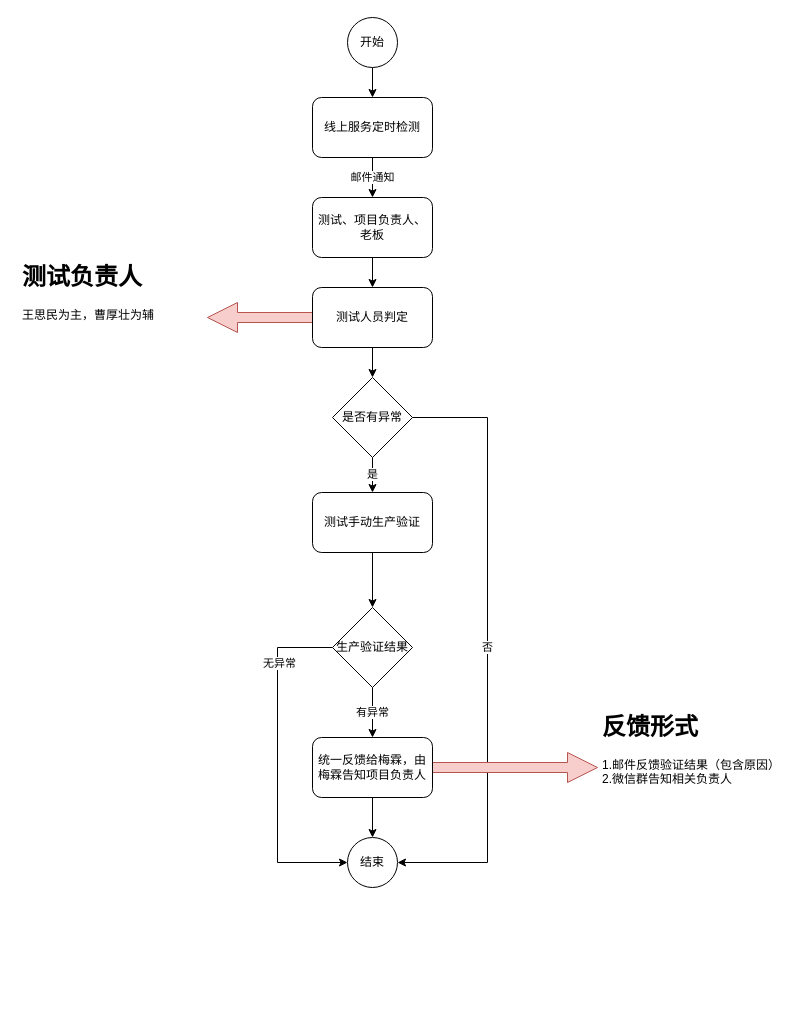
Earlier version of the draw.io diagram 线上环境邮件预警流程.drawio (ammengke/my-drawio). Source tidied: cells renumbered, new cells numbered last; positions are measured from the earlier drawing's top-left corner, leaving out a move shared by most shapes. Both pictures are drawn from the tidied source at 100%, with x=0, y=0 at pixel (17, 17).
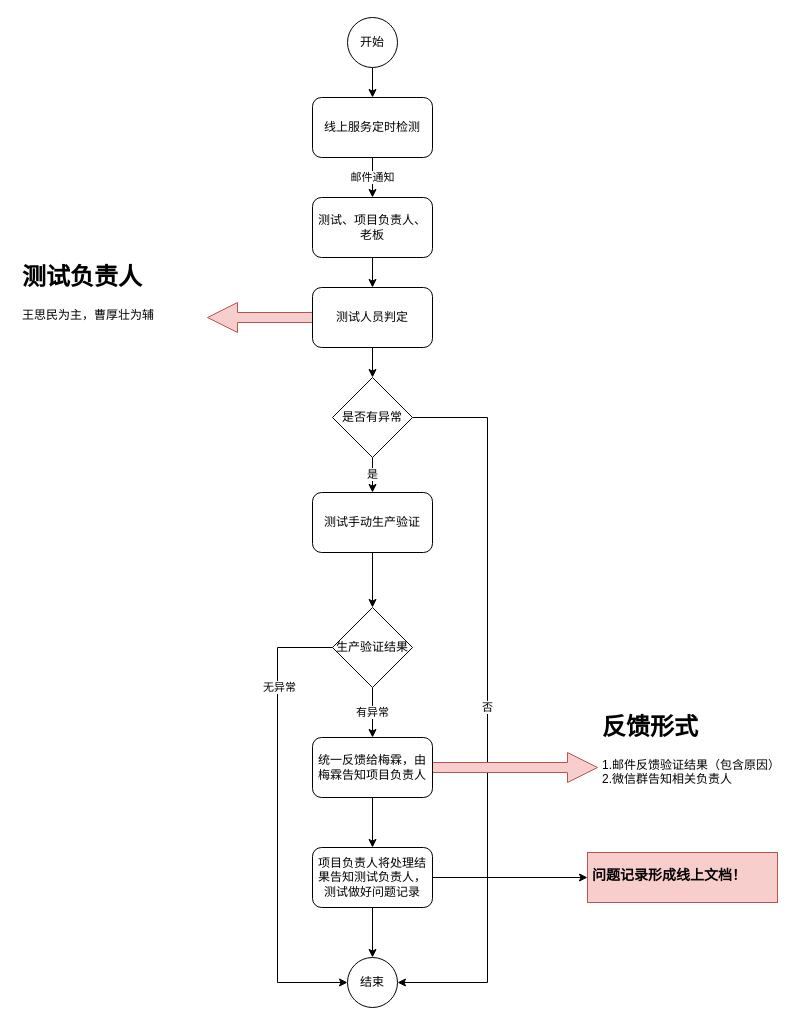
The same page after the edit.

Commit message:
更新线上环境邮件预警流程.drawio

Unchanged cells that the change refers to:
```xml
<mxCell id="14" value="是否有异常" style="rhombus;whiteSpace=wrap;html=1;" parent="1" vertex="1">
  <mxGeometry x="315" y="360" width="80" height="80" as="geometry" />
</mxCell>
<mxCell id="21" value="生产验证结果" style="rhombus;whiteSpace=wrap;html=1;" parent="1" vertex="1">
  <mxGeometry x="315" y="590" width="80" height="80" as="geometry" />
</mxCell>
<mxCell id="24" value="统一反馈给梅霖，由梅霖告知项目负责人" style="rounded=1;whiteSpace=wrap;html=1;" parent="1" vertex="1">
  <mxGeometry x="295" y="720" width="120" height="60" as="geometry" />
</mxCell>
```

The edit, as a diff of the source:
```diff
@@
     <mxCell id="11" value="否" style="edgeStyle=orthogonalEdgeStyle;rounded=0;jettySize=auto;html=1;entryX=1;entryY=0.5;entryDx=0;entryDy=0;" parent="1" edge="1" source="14" target="15">
       <mxGeometry relative="1" as="geometry">
         <Array as="points">
           <mxPoint x="470" y="400" />
-          <mxPoint x="470" y="845" />
+          <mxPoint x="470" y="965" />
         </Array>
       </mxGeometry>
     </mxCell>
@@
     <mxCell id="15" value="结束" style="ellipse;whiteSpace=wrap;html=1;" parent="1" vertex="1">
-      <mxGeometry x="330" y="820" width="50" height="50" as="geometry" />
+      <mxGeometry x="330" y="940" width="50" height="50" as="geometry" />
     </mxCell>
@@
     <mxCell id="18" style="edgeStyle=orthogonalEdgeStyle;rounded=0;jettySize=auto;html=1;entryX=0;entryY=0.5;entryDx=0;entryDy=0;" parent="1" edge="1" source="21" target="15">
       <mxGeometry relative="1" as="geometry">
         <Array as="points">
           <mxPoint x="260" y="630" />
-          <mxPoint x="260" y="845" />
+          <mxPoint x="260" y="965" />
         </Array>
       </mxGeometry>
     </mxCell>
@@
-    <mxCell id="22" style="edgeStyle=orthogonalEdgeStyle;rounded=0;jettySize=auto;html=1;entryX=0.5;entryY=0;entryDx=0;entryDy=0;" parent="1" edge="1" source="24" target="15">
-      <mxGeometry relative="1" as="geometry" />
-    </mxCell>
@@
+    <mxCell id="27" style="edgeStyle=orthogonalEdgeStyle;rounded=0;jettySize=auto;html=1;" parent="1" edge="1" source="24" target="30">
+      <mxGeometry relative="1" as="geometry" />
+    </mxCell>
@@
+    <mxCell id="28" style="edgeStyle=orthogonalEdgeStyle;rounded=0;jettySize=auto;html=1;" parent="1" edge="1" source="30" target="15">
+      <mxGeometry relative="1" as="geometry" />
+    </mxCell>
+    <mxCell id="29" style="edgeStyle=orthogonalEdgeStyle;rounded=0;jettySize=auto;html=1;fontSize=14;" parent="1" edge="1" source="30" target="31">
+      <mxGeometry relative="1" as="geometry" />
+    </mxCell>
+    <mxCell id="30" value="项目负责人将处理结果告知测试负责人，测试做好问题记录" style="rounded=1;whiteSpace=wrap;html=1;" parent="1" vertex="1">
+      <mxGeometry x="295" y="830" width="120" height="60" as="geometry" />
+    </mxCell>
+    <mxCell id="31" value="&lt;h1&gt;&lt;span&gt;&lt;font style=&quot;font-size: 14px&quot;&gt;问题记录形成线上文档！&lt;br&gt;&lt;/font&gt;&lt;/span&gt;&lt;/h1&gt;" style="text;html=1;strokeColor=#b85450;fillColor=#f8cecc;spacing=5;spacingTop=-20;whiteSpace=wrap;overflow=hidden;rounded=0;fontStyle=1;" parent="1" vertex="1">
+      <mxGeometry x="570" y="835" width="190" height="50" as="geometry" />
+    </mxCell>
```
